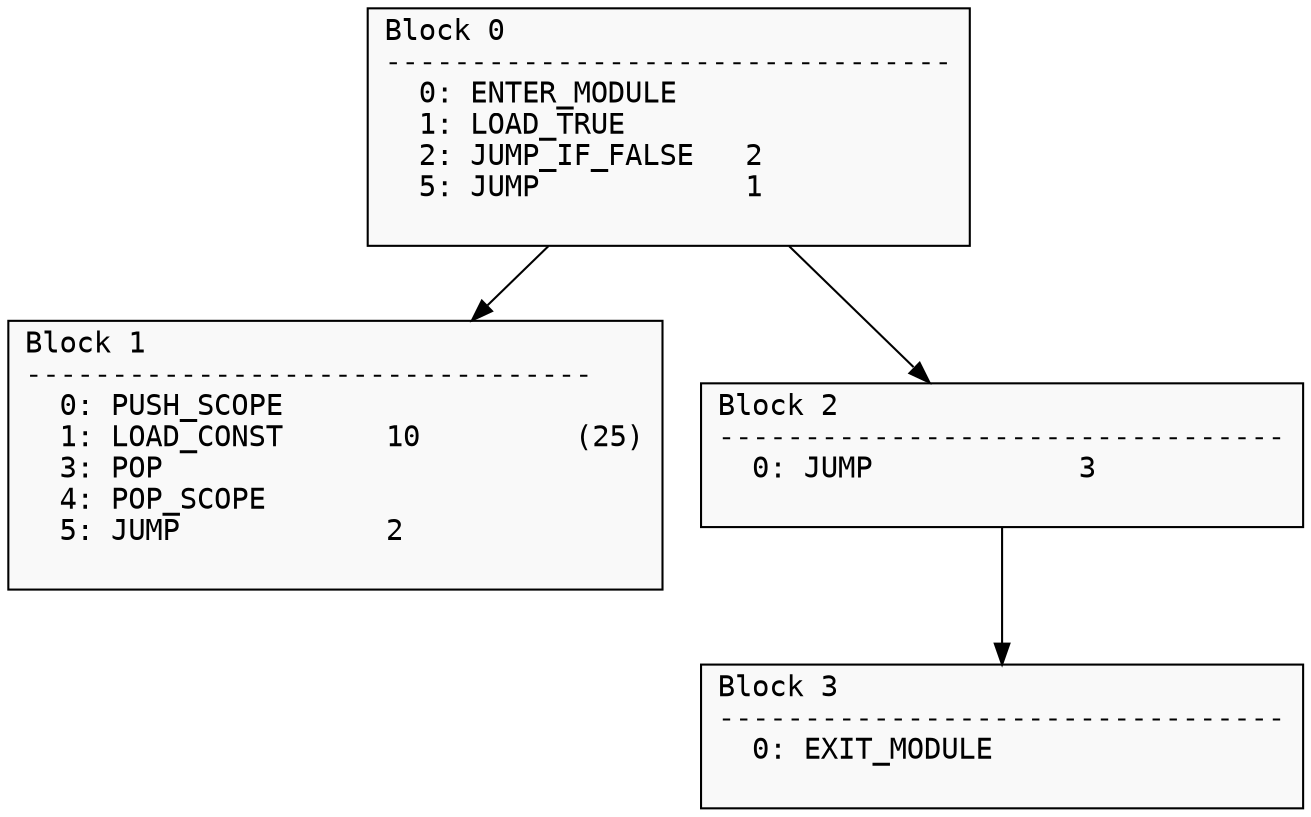
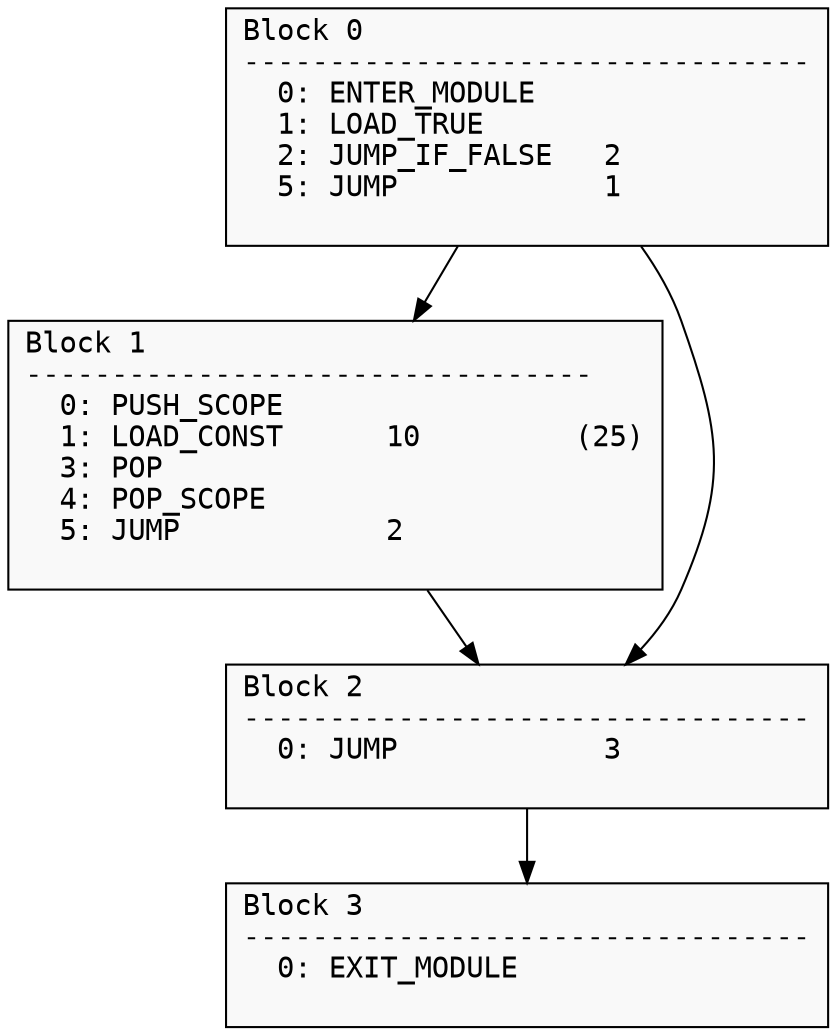
digraph CFG {
    node [shape=box, fontname="Courier", style=filled, fillcolor="#f9f9f9"];

    block0 [label="Block 0\l---------------------------------\l  0: ENTER_MODULE\l  1: LOAD_TRUE\l  2: JUMP_IF_FALSE   2\l  5: JUMP            1\l\l"];
    block1 [label="Block 1\l---------------------------------\l  0: PUSH_SCOPE\l  1: LOAD_CONST      10         (25)\l  3: POP\l  4: POP_SCOPE\l  5: JUMP            2\l\l"];
    block2 [label="Block 2\l---------------------------------\l  0: JUMP            3\l\l"];
    block3 [label="Block 3\l---------------------------------\l  0: EXIT_MODULE\l\l"];

    // 2. Output all the Edges
    block0 -> block1;
    block0 -> block2;
+     block1 -> block2;
    block2 -> block3;
}
